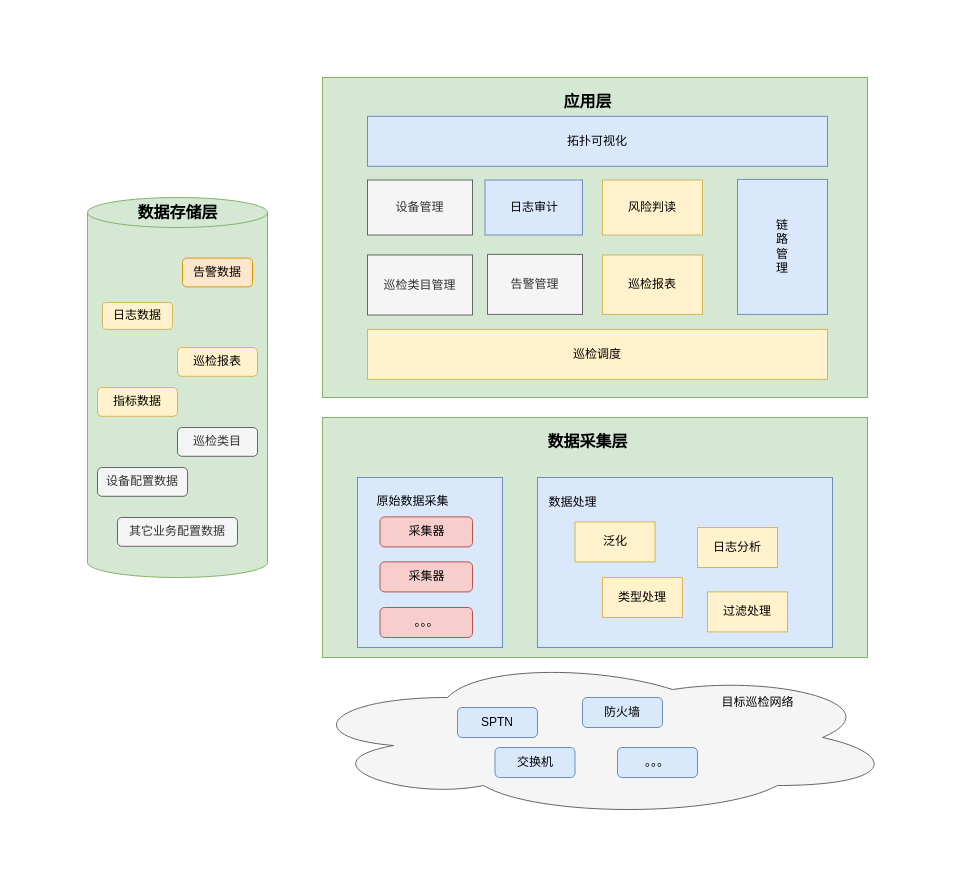
wdmlsx/xunjian keeps this draw.io diagram as 架构.drawio. Above is the earlier version. Source tidied: cells renumbered, new cells numbered last; positions are measured from the earlier drawing's top-left corner, leaving out a move shared by most shapes. Both pictures are drawn from the tidied source at 100%, with x=0, y=0 at pixel (87, 77).
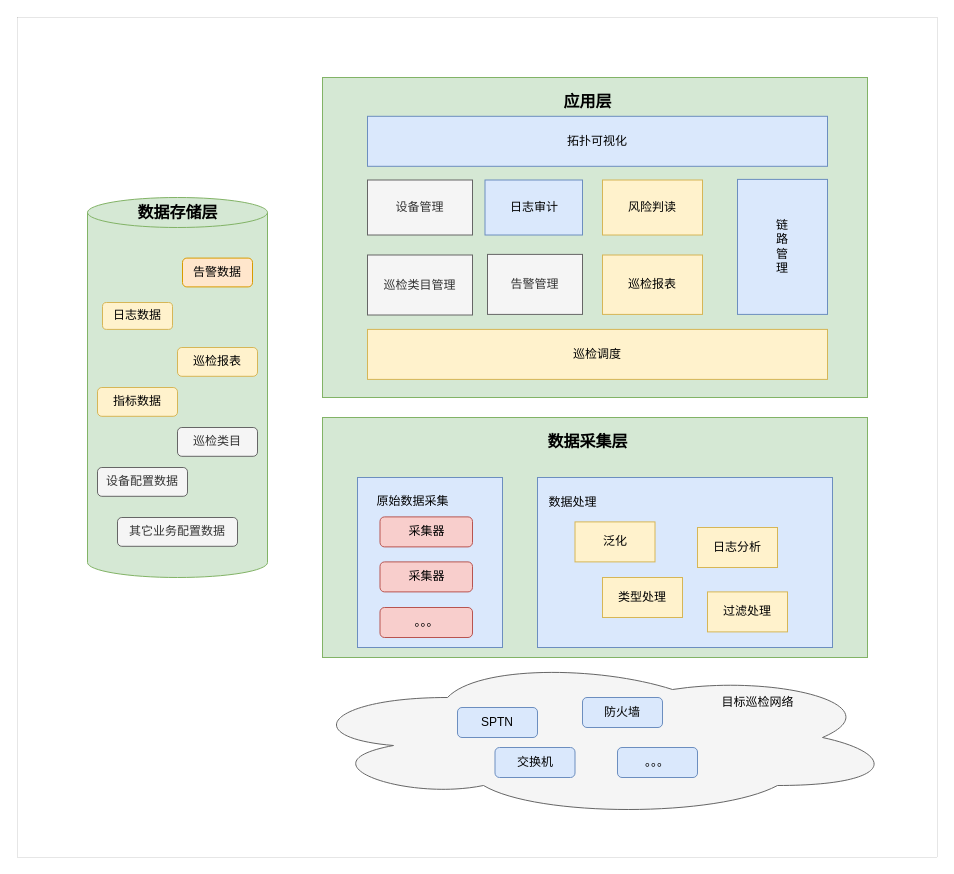
Above is the later version.

The edit, as a diff of the source:
```diff
@@
+    <mxCell id="41" style="rounded=0;whiteSpace=wrap;html=1;strokeWidth=0;fontSize=16;" parent="1" vertex="1">
+      <mxGeometry x="-70" y="-60" width="920" height="840" as="geometry" />
+    </mxCell>
```
